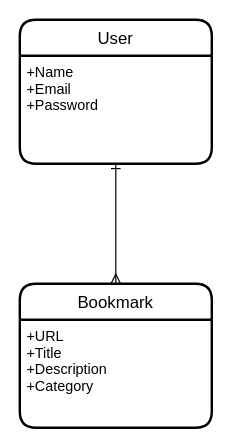
ukkiy-ray/drawer-app keeps this draw.io diagram as drawer.dio. Above is the earlier version. Source tidied: cells renumbered, new cells numbered last; positions are measured from the earlier drawing's top-left corner, leaving out a move shared by most shapes. Both pictures are drawn from the tidied source at 120%, with x=0, y=0 at pixel (19, 19).
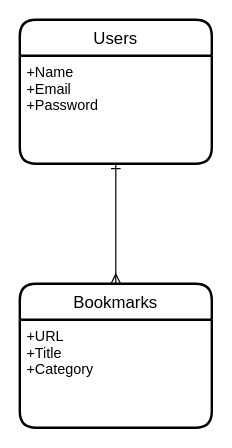
The same diagram, later.

Change to the diagram source:
```diff
@@
 <mxGraphModel>
   <root>
     <mxCell id="0" />
     <mxCell id="1" parent="0" />
-    <mxCell id="2" value="User" style="swimlane;horizontal=1;startSize=30;rounded=1;fontSize=14;fontStyle=0;strokeWidth=2;shadow=0;dashed=0;align=center;" parent="1" vertex="1">
+    <mxCell id="2" value="Users" style="swimlane;horizontal=1;startSize=30;rounded=1;fontSize=14;fontStyle=0;strokeWidth=2;shadow=0;dashed=0;align=center;" parent="1" vertex="1">
       <mxGeometry width="160" height="120" as="geometry" />
     </mxCell>
     <mxCell id="3" value="+Name&#10;+Email&#10;+Password" style="align=left;strokeColor=none;fillColor=none;spacingLeft=4;fontSize=12;verticalAlign=top;" parent="2" vertex="1">
       <mxGeometry y="30" width="160" height="90" as="geometry" />
     </mxCell>
-    <mxCell id="4" value="Bookmark" style="swimlane;horizontal=1;startSize=30;rounded=1;fontSize=14;fontStyle=0;strokeWidth=2;shadow=0;dashed=0;align=center;" parent="1" vertex="1">
+    <mxCell id="4" value="Bookmarks" style="swimlane;horizontal=1;startSize=30;rounded=1;fontSize=14;fontStyle=0;strokeWidth=2;shadow=0;dashed=0;align=center;" parent="1" vertex="1">
       <mxGeometry y="220" width="160" height="120" as="geometry" />
     </mxCell>
-    <mxCell id="5" value="+URL&#10;+Title&#10;+Description&#10;+Category" style="align=left;strokeColor=none;fillColor=none;spacingLeft=4;fontSize=12;verticalAlign=top;" parent="4" vertex="1">
+    <mxCell id="5" value="+URL&#10;+Title&#10;+Category" style="align=left;strokeColor=none;fillColor=none;spacingLeft=4;fontSize=12;verticalAlign=top;" parent="4" vertex="1">
       <mxGeometry y="30" width="160" height="90" as="geometry" />
     </mxCell>
     <mxCell id="6" style="edgeStyle=orthogonalEdgeStyle;rounded=0;jettySize=auto;html=1;exitX=0.5;exitY=1;exitDx=0;exitDy=0;startArrow=ERone;startFill=0;endArrow=ERmany;endFill=0;" parent="1" edge="1" source="3" target="4">
       <mxGeometry relative="1" as="geometry" />
     </mxCell>
   </root>
 </mxGraphModel>
```
